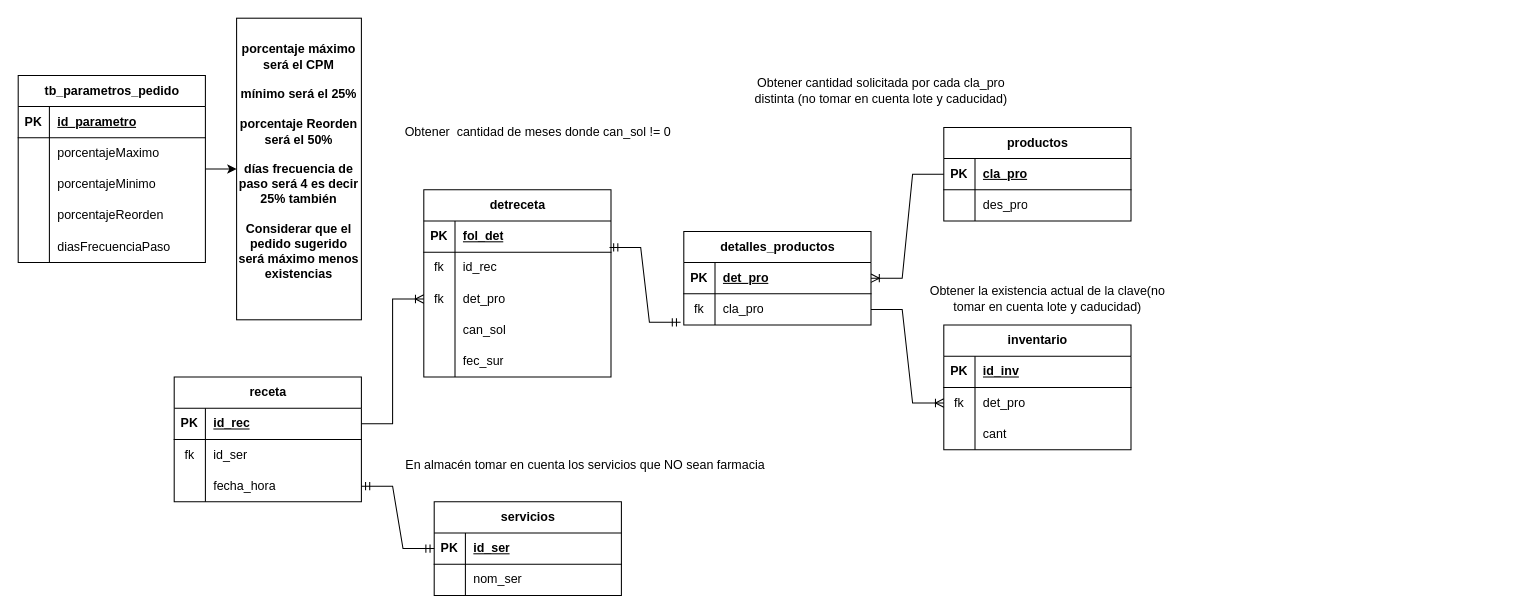
This is CPM_Models.drawio from ErnestoDanielTafoyaMolinaCYM/clases-cat-cym, a draw.io file, before an edit. Source tidied: cells renumbered, new cells numbered last; positions are measured from the earlier drawing's top-left corner, leaving out a move shared by most shapes. Both pictures are drawn from the tidied source at 104%, with x=0, y=0 at pixel (18, 18).
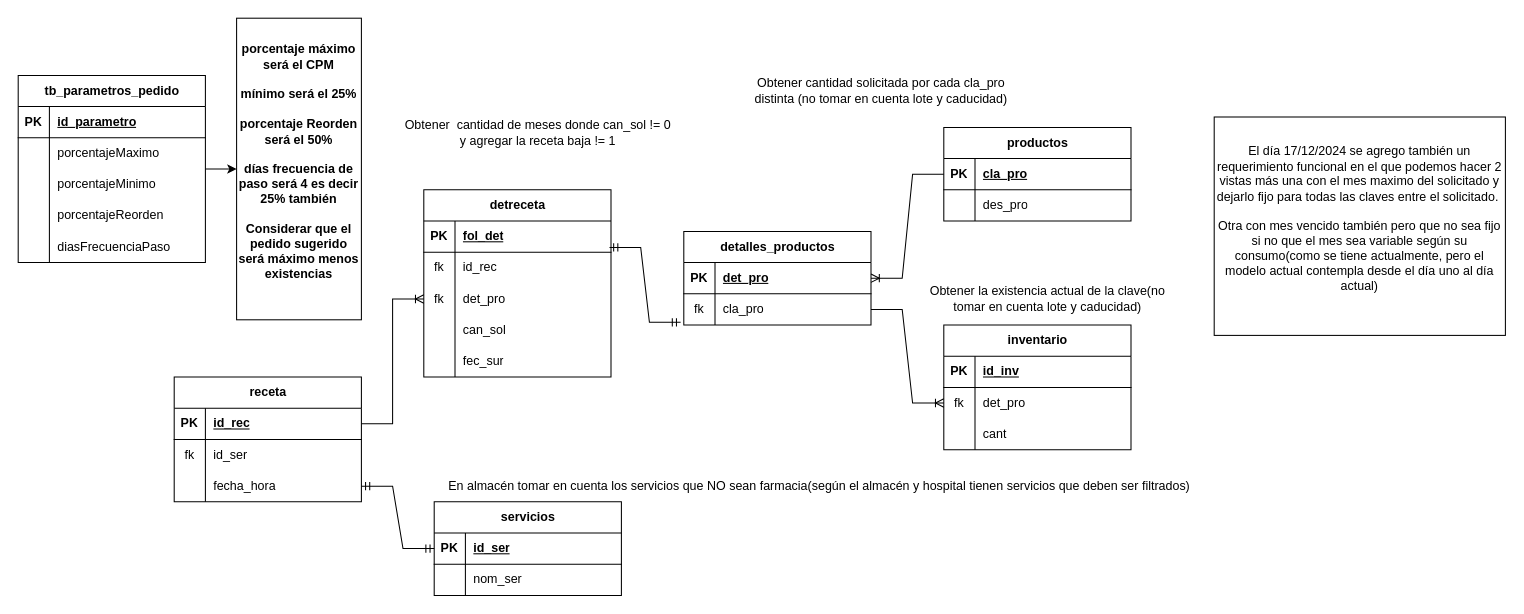
The same page after the edit.

The edit, as a diff of the source:
```diff
@@
-    <mxCell id="56" value="Obtener&amp;nbsp; cantidad de meses donde can_sol != 0" style="text;html=1;align=center;verticalAlign=middle;whiteSpace=wrap;rounded=0;" parent="1" vertex="1">
+    <mxCell id="56" value="Obtener&amp;nbsp; cantidad de meses donde can_sol != 0 y agregar la receta baja != 1" style="text;html=1;align=center;verticalAlign=middle;whiteSpace=wrap;rounded=0;" parent="1" vertex="1">
       <mxGeometry x="370" y="95" width="260" height="30" as="geometry" />
     </mxCell>
@@
-    <mxCell id="70" value="En almacén tomar en cuenta los servicios que NO sean farmacia" style="text;html=1;align=center;verticalAlign=middle;strokeColor=none;fillColor=none;" parent="1" vertex="1">
-      <mxGeometry x="360" y="415" width="370" height="30" as="geometry" />
+    <mxCell id="70" value="En almacén tomar en cuenta los servicios que NO sean farmacia(según el almacén y hospital tienen servicios que deben ser filtrados)" style="text;html=1;align=center;verticalAlign=middle;strokeColor=none;fillColor=none;" parent="1" vertex="1">
+      <mxGeometry x="400" y="435" width="740" height="30" as="geometry" />
     </mxCell>
@@
+    <mxCell id="90" value="El día 17/12/2024 se agrego también un requerimiento funcional en el que podemos hacer 2 vistas más una con el mes maximo del solicitado y dejarlo fijo para todas las claves entre el solicitado.&amp;nbsp;&lt;div&gt;&lt;br&gt;&lt;/div&gt;&lt;div&gt;Otra con mes vencido también pero que no sea fijo si no que el mes sea variable según su consumo(como se tiene actualmente, pero el modelo actual contempla desde el día uno al día actual)&lt;/div&gt;&lt;div&gt;&lt;br&gt;&lt;/div&gt;" style="whiteSpace=wrap;html=1;" parent="1" vertex="1">
+      <mxGeometry x="1150" y="95" width="280" height="210" as="geometry" />
+    </mxCell>
```
